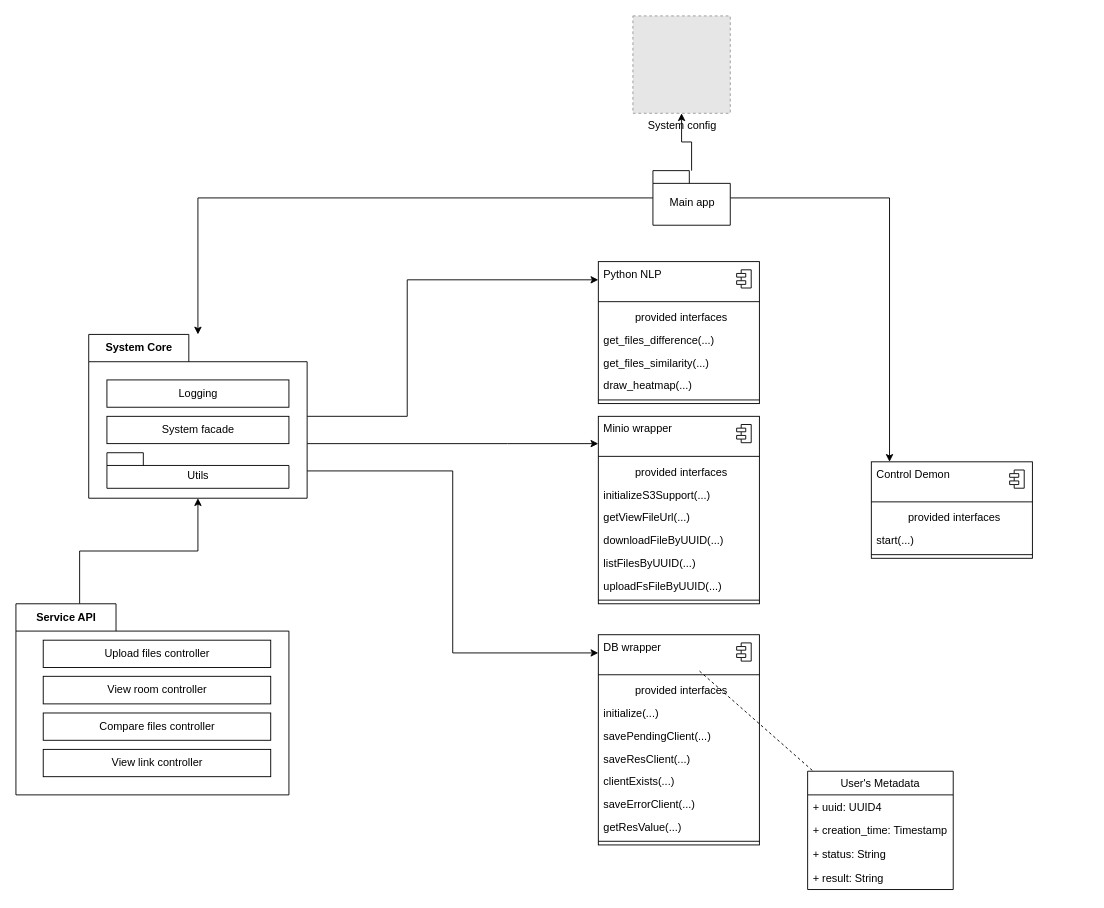
Earlier version of the draw.io diagram planning/utils/CommunicationModel.drawio (smart-online-judge/basic-online-judge). Source tidied: cells renumbered, new cells numbered last; positions are measured from the earlier drawing's top-left corner, leaving out a move shared by most shapes. Both pictures are drawn from the tidied source at 91%, with x=0, y=0 at pixel (15, 15). Pictures stored in the file or linked from it are replaced by grey dashed boxes.
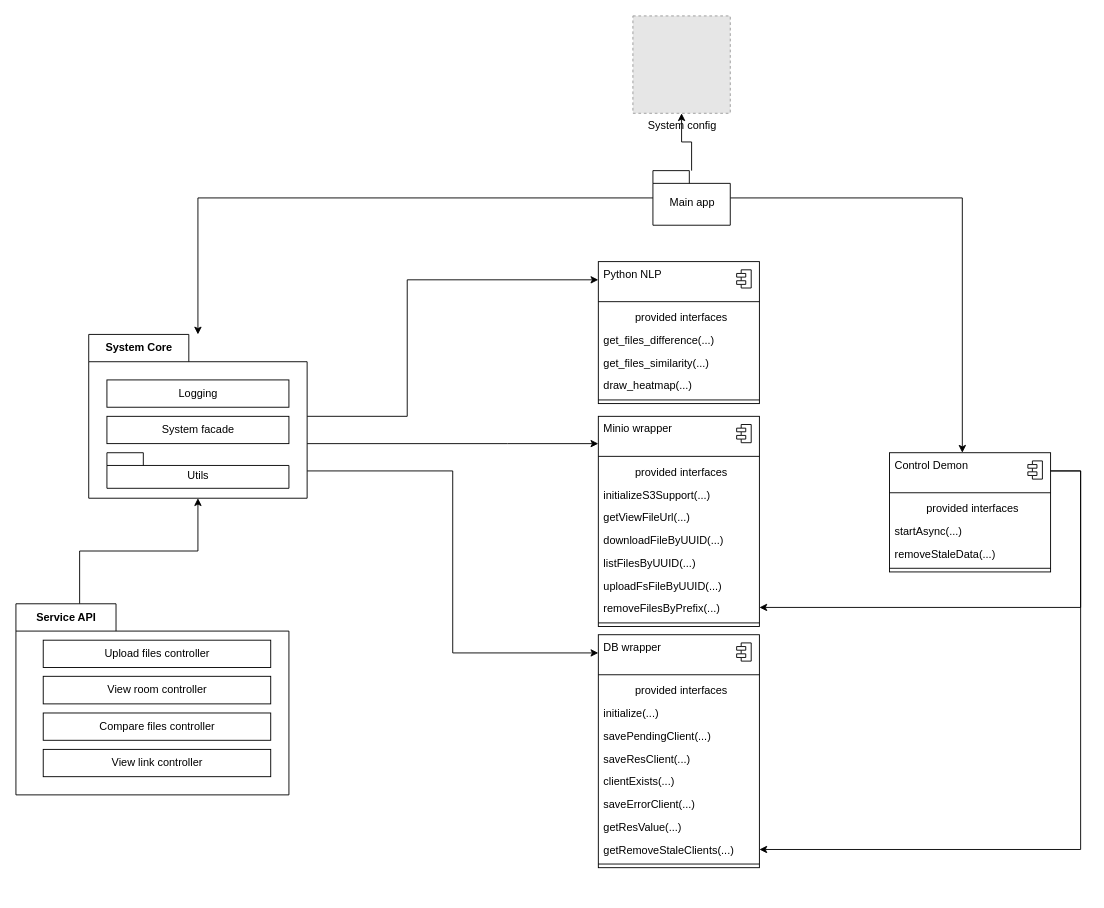
After the change.

Commit message (it also covers changes not shown here):
Altered architecture report after finalizing architectue.

Unchanged cells that the change refers to:
```xml
<mxCell id="36" value="DB wrapper" style="html=1;align=left;spacingLeft=4;verticalAlign=top;strokeColor=none;fillColor=none;" parent="35" vertex="1">
  <mxGeometry width="177" height="40" as="geometry" />
</mxCell>
<mxCell id="51" value="&lt;span style=&quot;font-weight: 400&quot;&gt;Main app&lt;/span&gt;" style="shape=folder;fontStyle=1;spacingTop=10;tabWidth=40;tabHeight=14;tabPosition=left;html=1;" parent="1" vertex="1">
  <mxGeometry x="700" y="170" width="85" height="60" as="geometry" />
</mxCell>
<mxCell id="53" value="Control Demon" style="html=1;align=left;spacingLeft=4;verticalAlign=top;strokeColor=none;fillColor=none;" parent="52" vertex="1">
  <mxGeometry width="177" height="40" as="geometry" />
</mxCell>
```

Change to the diagram source:
```diff
@@
     <mxCell id="24" style="fontStyle=1;align=center;verticalAlign=top;horizontal=1;" parent="1" vertex="1">
-      <mxGeometry x="640" y="440" width="177" height="206" as="geometry" />
+      <mxGeometry x="640" y="440" width="177" height="231" as="geometry" />
     </mxCell>
@@
+    <mxCell id="65" value="uploadFsFileByUUID(...)" style="html=1;align=left;spacingLeft=4;verticalAlign=top;strokeColor=none;fillColor=none;" parent="24" vertex="1">
+      <mxGeometry y="173" width="177" height="25" as="geometry" />
+    </mxCell>
-    <mxCell id="33" value="uploadFsFileByUUID(...)" style="html=1;align=left;spacingLeft=4;verticalAlign=top;strokeColor=none;fillColor=none;" parent="24" vertex="1">
-      <mxGeometry y="173" width="177" height="25" as="geometry" />
+    <mxCell id="33" value="removeFilesByPrefix(...)" style="html=1;align=left;spacingLeft=4;verticalAlign=top;strokeColor=none;fillColor=none;" parent="24" vertex="1">
+      <mxGeometry y="198" width="177" height="25" as="geometry" />
     </mxCell>
     <mxCell id="34" style="line;strokeWidth=1;fillColor=none;align=left;verticalAlign=middle;spacingTop=-1;spacingLeft=3;spacingRight=3;labelPosition=right;" parent="24" vertex="1">
-      <mxGeometry y="198" width="177" height="8" as="geometry" />
+      <mxGeometry y="223" width="177" height="8" as="geometry" />
     </mxCell>
     <mxCell id="35" style="fontStyle=1;align=center;verticalAlign=top;horizontal=1;" parent="1" vertex="1">
-      <mxGeometry x="640" y="680" width="177" height="231" as="geometry" />
+      <mxGeometry x="640" y="680" width="177" height="256" as="geometry" />
     </mxCell>
@@
+    <mxCell id="66" value="getRemoveStaleClients(...)" style="html=1;align=left;spacingLeft=4;verticalAlign=top;strokeColor=none;fillColor=none;" parent="35" vertex="1">
+      <mxGeometry y="223" width="177" height="25" as="geometry" />
+    </mxCell>
     <mxCell id="46" style="line;strokeWidth=1;fillColor=none;align=left;verticalAlign=middle;spacingTop=-1;spacingLeft=3;spacingRight=3;labelPosition=right;" parent="35" vertex="1">
-      <mxGeometry y="223" width="177" height="8" as="geometry" />
+      <mxGeometry y="248" width="177" height="8" as="geometry" />
     </mxCell>
@@
     <mxCell id="50" style="edgeStyle=orthogonalEdgeStyle;rounded=0;jettySize=auto;html=1;" parent="1" edge="1" source="51" target="53">
       <mxGeometry relative="1" as="geometry">
         <Array as="points">
-          <mxPoint x="960" y="200" />
+          <mxPoint x="1040" y="200" />
         </Array>
       </mxGeometry>
     </mxCell>
@@
     <mxCell id="52" style="fontStyle=1;align=center;verticalAlign=top;horizontal=1;" parent="1" vertex="1">
-      <mxGeometry x="940" y="490" width="177" height="106" as="geometry" />
+      <mxGeometry x="960" y="480" width="177" height="131" as="geometry" />
     </mxCell>
@@
-    <mxCell id="57" value="start(...)" style="html=1;align=left;spacingLeft=4;verticalAlign=top;strokeColor=none;fillColor=none;" parent="52" vertex="1">
+    <mxCell id="57" value="startAsync(...)" style="html=1;align=left;spacingLeft=4;verticalAlign=top;strokeColor=none;fillColor=none;" parent="52" vertex="1">
       <mxGeometry y="73" width="177" height="25" as="geometry" />
     </mxCell>
+    <mxCell id="67" value="removeStaleData(...)" style="html=1;align=left;spacingLeft=4;verticalAlign=top;strokeColor=none;fillColor=none;" parent="52" vertex="1">
+      <mxGeometry y="98" width="177" height="25" as="geometry" />
+    </mxCell>
     <mxCell id="58" style="line;strokeWidth=1;fillColor=none;align=left;verticalAlign=middle;spacingTop=-1;spacingLeft=3;spacingRight=3;labelPosition=right;" parent="52" vertex="1">
-      <mxGeometry y="98" width="177" height="8" as="geometry" />
+      <mxGeometry y="123" width="177" height="8" as="geometry" />
     </mxCell>
-    <mxCell id="59" value="User's Metadata" style="swimlane;fontStyle=0;horizontal=1;startSize=26;fillColor=none;" parent="1" vertex="1">
-      <mxGeometry x="870" y="830" width="160" height="130" as="geometry" />
-    </mxCell>
-    <mxCell id="60" value="+ uuid: UUID4" style="text;strokeColor=none;fillColor=none;align=left;verticalAlign=top;spacingLeft=4;spacingRight=4;overflow=hidden;" parent="59" vertex="1">
-      <mxGeometry y="26" width="160" height="26" as="geometry" />
-    </mxCell>
-    <mxCell id="61" value="+ creation_time: Timestamp" style="text;strokeColor=none;fillColor=none;align=left;verticalAlign=top;spacingLeft=4;spacingRight=4;overflow=hidden;" parent="59" vertex="1">
-      <mxGeometry y="52" width="160" height="26" as="geometry" />
-    </mxCell>
-    <mxCell id="62" value="+ status: String" style="text;strokeColor=none;fillColor=none;align=left;verticalAlign=top;spacingLeft=4;spacingRight=4;overflow=hidden;" parent="59" vertex="1">
-      <mxGeometry y="78" width="160" height="26" as="geometry" />
-    </mxCell>
-    <mxCell id="63" value="+ result: String" style="text;strokeColor=none;fillColor=none;align=left;verticalAlign=top;spacingLeft=4;spacingRight=4;overflow=hidden;" parent="59" vertex="1">
-      <mxGeometry y="104" width="160" height="26" as="geometry" />
-    </mxCell>
-    <mxCell id="64" style="rounded=0;jettySize=auto;html=1;dashed=1;endArrow=none;endFill=0;" parent="1" edge="1" source="36" target="59">
-      <mxGeometry relative="1" as="geometry" />
-    </mxCell>
+    <mxCell id="68" style="edgeStyle=orthogonalEdgeStyle;rounded=0;jettySize=auto;html=1;" parent="1" edge="1" source="53" target="33">
+      <mxGeometry relative="1" as="geometry">
+        <Array as="points">
+          <mxPoint x="1170" y="500" />
+          <mxPoint x="1170" y="650" />
+        </Array>
+      </mxGeometry>
+    </mxCell>
+    <mxCell id="69" style="edgeStyle=orthogonalEdgeStyle;rounded=0;jettySize=auto;html=1;" parent="1" edge="1" source="53" target="66">
+      <mxGeometry relative="1" as="geometry">
+        <Array as="points">
+          <mxPoint x="1170" y="500" />
+          <mxPoint x="1170" y="916" />
+        </Array>
+      </mxGeometry>
+    </mxCell>
```
